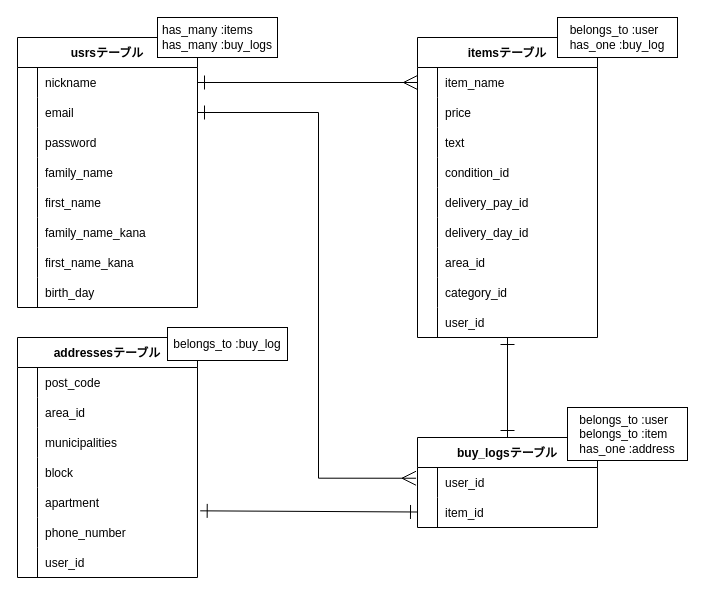
The draw.io diagram ER.dio in SettingTom/furima-37386, before the edit. Source tidied: cells renumbered, new cells numbered last; positions are measured from the earlier drawing's top-left corner, leaving out a move shared by most shapes. Both pictures are drawn from the tidied source at 100%, with x=0, y=0 at pixel (17, 17).
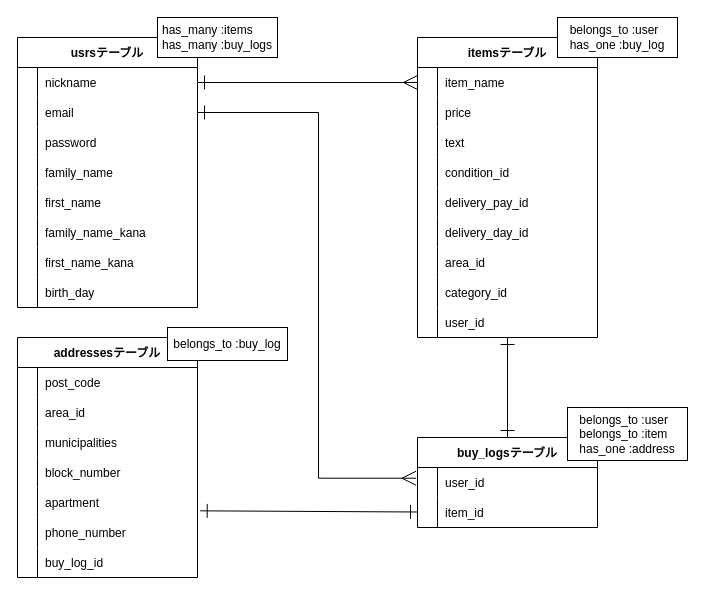
After the change.

Commit message (it also covers changes not shown here):
データベース設計の修正2

Unchanged cells that the change refers to:
```xml
<mxCell id="66" style="shape=partialRectangle;fillColor=none;top=0;left=0;bottom=0;right=0;labelBackgroundColor=default;" parent="56" vertex="1">
  <mxGeometry y="120" width="180" height="30" as="geometry" />
</mxCell>
<mxCell id="75" style="shape=partialRectangle;fillColor=none;top=0;left=0;bottom=0;right=0;labelBackgroundColor=default;" parent="56" vertex="1">
  <mxGeometry y="210" width="180" height="30" as="geometry" />
</mxCell>
```

The edit, as a diff of the source:
```diff
@@
-    <mxCell id="68" value="block" style="shape=partialRectangle;fillColor=none;top=0;left=0;bottom=0;right=0;align=left;spacingLeft=6;overflow=hidden;labelBackgroundColor=default;" parent="66" vertex="1">
+    <mxCell id="68" value="block_number" style="shape=partialRectangle;fillColor=none;top=0;left=0;bottom=0;right=0;align=left;spacingLeft=6;overflow=hidden;labelBackgroundColor=default;" parent="66" vertex="1">
       <mxGeometry x="20" width="160" height="30" as="geometry" />
     </mxCell>
@@
-    <mxCell id="77" value="user_id" style="shape=partialRectangle;fillColor=none;top=0;left=0;bottom=0;right=0;align=left;spacingLeft=6;overflow=hidden;labelBackgroundColor=default;" parent="75" vertex="1">
-      <mxGeometry x="20" width="160" height="30" as="geometry" />
-    </mxCell>
+    <mxCell id="92" value="buy_log_id" style="shape=partialRectangle;fillColor=none;top=0;left=0;bottom=0;right=0;align=left;spacingLeft=6;overflow=hidden;labelBackgroundColor=default;" parent="75" vertex="1">
+      <mxGeometry x="20" width="160" height="30" as="geometry" />
+    </mxCell>
```
